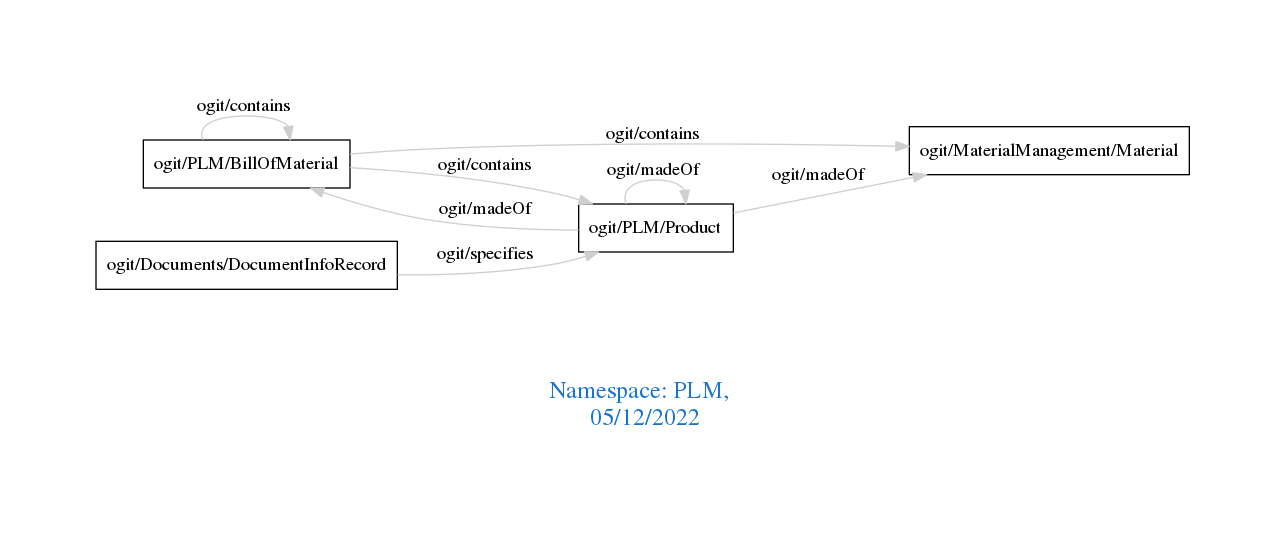
This is downloads/PLM.png from arago/OGIT, a Graphviz export, as it was before one commit. Its source is kept beside it as downloads/PLM.dot.
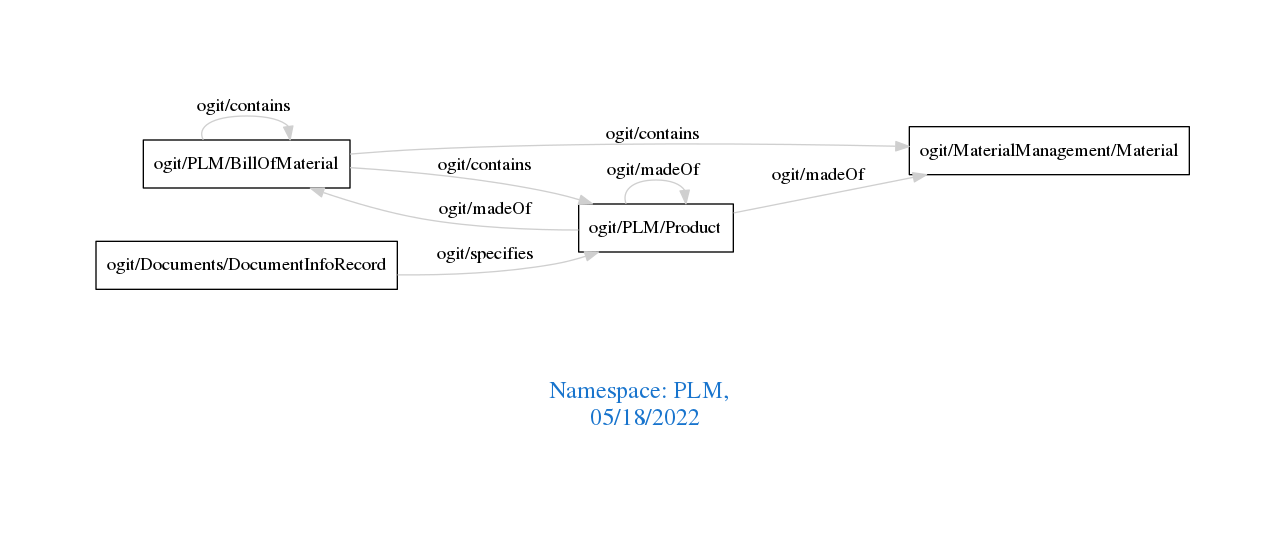
The same diagram one commit later.

Change to the diagram source:
```diff
@@ -1,7 +1,7 @@
 digraph OGIT_ontology {
  graph [ rankdir= LR,pad=1
 fontsize = 18,
-fontcolor= dodgerblue3,label = "\n\n\nNamespace: PLM, \n 05/12/2022"];
+fontcolor= dodgerblue3,label = "\n\n\nNamespace: PLM, \n 05/18/2022"];
 node[shape=polygon];
 edge [  color="gray81"];
 
```
